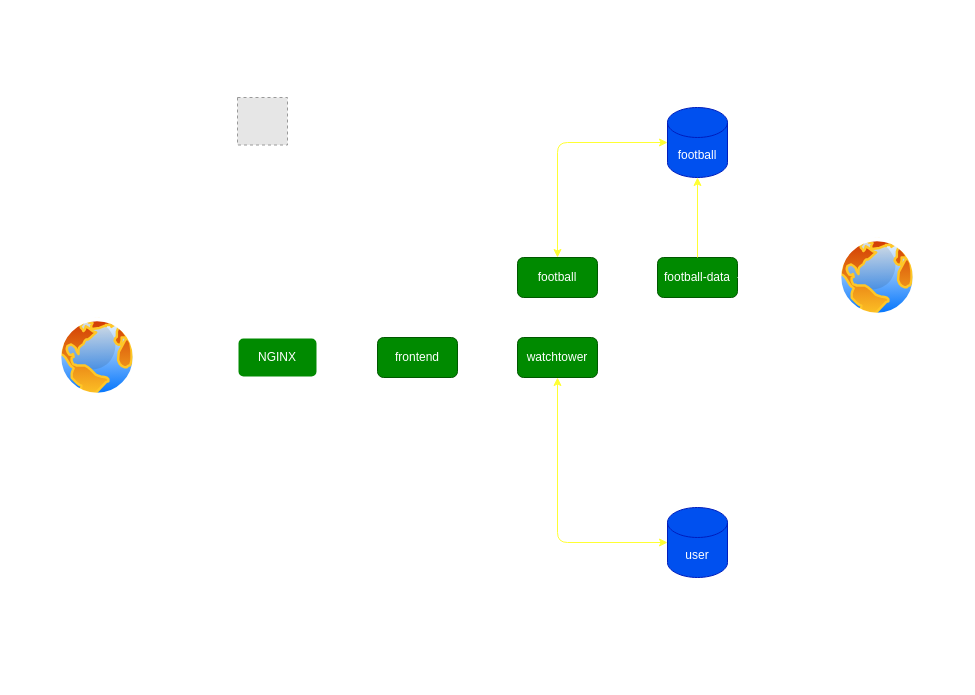
Above: deployments/deployments.drawio in ACMEPORTALCOMPANY/docs (draw.io), before the change. Source tidied: cells renumbered, new cells numbered last; positions are measured from the earlier drawing's top-left corner, leaving out a move shared by most shapes. Both pictures are drawn from the tidied source at 100%, with x=0, y=0 at pixel (17, 17). Pictures stored in the file or linked from it are replaced by grey dashed boxes.
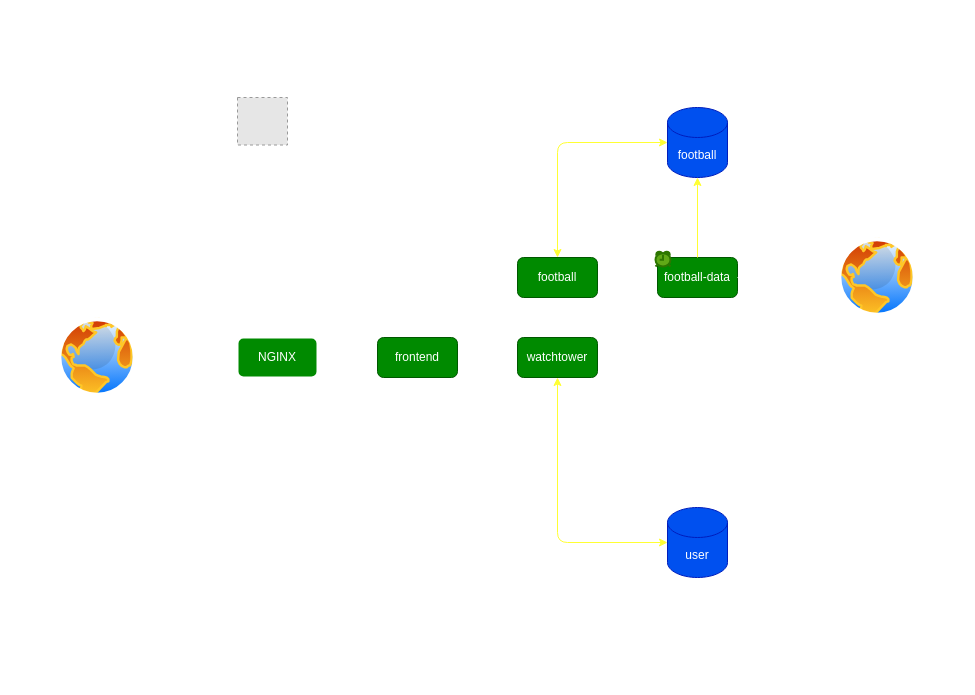
Above is the later version.

Diff of the diagram source:
```diff
@@
+    <mxCell id="25" style="html=1;verticalLabelPosition=bottom;align=center;labelBackgroundColor=#ffffff;verticalAlign=top;strokeWidth=2;strokeColor=#2D7600;shadow=0;dashed=0;shape=mxgraph.ios7.icons.alarm_clock;fillColor=#60a917;fontColor=#ffffff;" parent="1" vertex="1">
+      <mxGeometry x="638" y="234" width="15" height="15" as="geometry" />
+    </mxCell>
```
